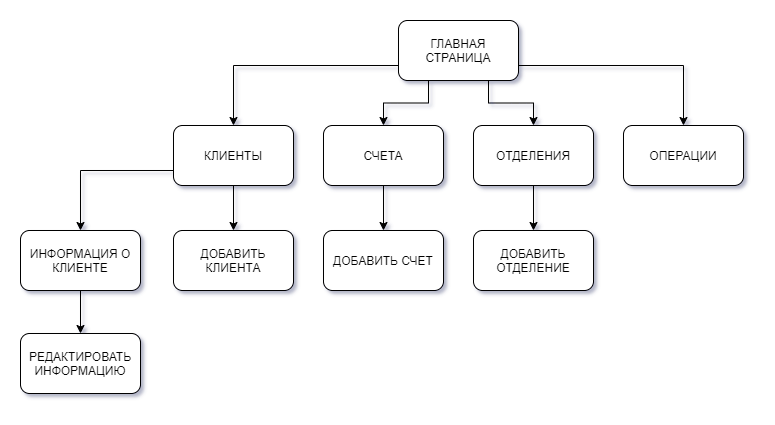
TotalChest/Web-Bank keeps this draw.io diagram as schemaPages.png. Above is the earlier version. Source tidied: cells renumbered, new cells last; positions are measured from the earlier drawing's top-left corner, leaving out a move shared by most shapes.
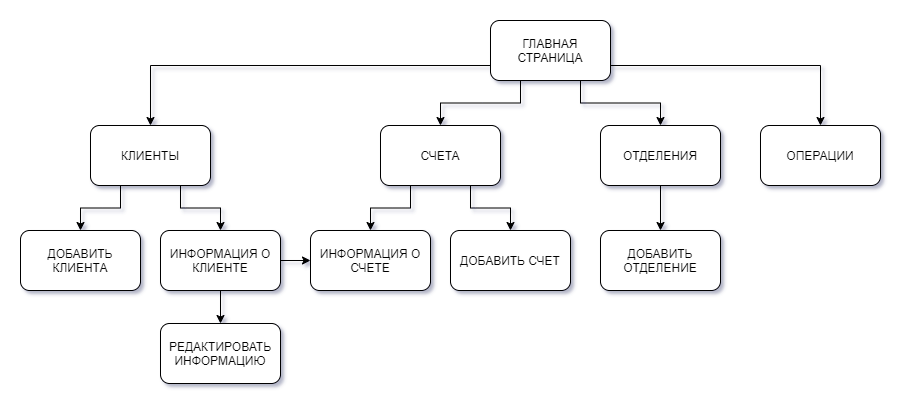
The same file after the commit.

What changed in the source:
```diff
@@ -15,49 +15,58 @@
       <mxGeometry relative="1" as="geometry" />
     </mxCell>
     <mxCell id="6" value="ГЛАВНАЯ СТРАНИЦА" style="rounded=1;whiteSpace=wrap;html=1;" parent="1" vertex="1">
-      <mxGeometry x="378" width="120" height="60" as="geometry" />
+      <mxGeometry x="410" width="120" height="60" as="geometry" />
     </mxCell>
-    <mxCell id="7" style="edgeStyle=orthogonalEdgeStyle;rounded=0;jettySize=auto;html=1;exitX=0.5;exitY=1;exitDx=0;exitDy=0;" parent="1" edge="1" source="9" target="15">
+    <mxCell id="7" style="edgeStyle=orthogonalEdgeStyle;rounded=0;jettySize=auto;html=1;exitX=0.25;exitY=1;exitDx=0;exitDy=0;" parent="1" edge="1" source="9" target="15">
       <mxGeometry relative="1" as="geometry" />
     </mxCell>
-    <mxCell id="8" style="edgeStyle=orthogonalEdgeStyle;rounded=0;jettySize=auto;html=1;exitX=0;exitY=0.75;exitDx=0;exitDy=0;entryX=0.5;entryY=0;entryDx=0;entryDy=0;" parent="1" edge="1" source="9" target="19">
+    <mxCell id="8" style="edgeStyle=orthogonalEdgeStyle;rounded=0;jettySize=auto;html=1;exitX=0.75;exitY=1;exitDx=0;exitDy=0;entryX=0.5;entryY=0;entryDx=0;entryDy=0;" parent="1" edge="1" source="9" target="19">
       <mxGeometry relative="1" as="geometry" />
     </mxCell>
     <mxCell id="9" value="КЛИЕНТЫ" style="rounded=1;whiteSpace=wrap;html=1;" parent="1" vertex="1">
-      <mxGeometry x="153" y="105" width="120" height="60" as="geometry" />
+      <mxGeometry x="10" y="105" width="120" height="60" as="geometry" />
     </mxCell>
+    <mxCell id="21" style="edgeStyle=orthogonalEdgeStyle;rounded=0;jettySize=auto;html=1;exitX=0.25;exitY=1;exitDx=0;exitDy=0;entryX=0.5;entryY=0;entryDx=0;entryDy=0;" parent="1" edge="1" source="11" target="23">
+      <mxGeometry relative="1" as="geometry" />
+    </mxCell>
-    <mxCell id="10" style="edgeStyle=orthogonalEdgeStyle;rounded=0;jettySize=auto;html=1;exitX=0.5;exitY=1;exitDx=0;exitDy=0;entryX=0.5;entryY=0;entryDx=0;entryDy=0;" parent="1" edge="1" source="11" target="16">
+    <mxCell id="10" style="edgeStyle=orthogonalEdgeStyle;rounded=0;jettySize=auto;html=1;exitX=0.75;exitY=1;exitDx=0;exitDy=0;" parent="1" edge="1" source="11" target="16">
       <mxGeometry relative="1" as="geometry" />
     </mxCell>
     <mxCell id="11" value="СЧЕТА" style="rounded=1;whiteSpace=wrap;html=1;" parent="1" vertex="1">
-      <mxGeometry x="303" y="105" width="120" height="60" as="geometry" />
+      <mxGeometry x="300" y="105" width="120" height="60" as="geometry" />
     </mxCell>
     <mxCell id="12" style="edgeStyle=orthogonalEdgeStyle;rounded=0;jettySize=auto;html=1;exitX=0.5;exitY=1;exitDx=0;exitDy=0;entryX=0.5;entryY=0;entryDx=0;entryDy=0;" parent="1" edge="1" source="13" target="17">
       <mxGeometry relative="1" as="geometry" />
     </mxCell>
     <mxCell id="13" value="ОТДЕЛЕНИЯ" style="rounded=1;whiteSpace=wrap;html=1;" parent="1" vertex="1">
-      <mxGeometry x="453" y="105" width="120" height="60" as="geometry" />
+      <mxGeometry x="520" y="105" width="120" height="60" as="geometry" />
     </mxCell>
     <mxCell id="14" value="ОПЕРАЦИИ" style="rounded=1;whiteSpace=wrap;html=1;" parent="1" vertex="1">
-      <mxGeometry x="603" y="105" width="120" height="60" as="geometry" />
+      <mxGeometry x="680" y="105" width="120" height="60" as="geometry" />
     </mxCell>
     <mxCell id="15" value="ДОБАВИТЬ КЛИЕНТА" style="rounded=1;whiteSpace=wrap;html=1;" parent="1" vertex="1">
-      <mxGeometry x="153" y="210" width="120" height="60" as="geometry" />
+      <mxGeometry x="-60" y="210" width="120" height="60" as="geometry" />
     </mxCell>
     <mxCell id="16" value="ДОБАВИТЬ СЧЕТ" style="rounded=1;whiteSpace=wrap;html=1;" parent="1" vertex="1">
-      <mxGeometry x="303" y="210" width="120" height="60" as="geometry" />
+      <mxGeometry x="370" y="210" width="120" height="60" as="geometry" />
     </mxCell>
     <mxCell id="17" value="ДОБАВИТЬ ОТДЕЛЕНИЕ" style="rounded=1;whiteSpace=wrap;html=1;" parent="1" vertex="1">
-      <mxGeometry x="453" y="210" width="120" height="60" as="geometry" />
+      <mxGeometry x="520" y="210" width="120" height="60" as="geometry" />
     </mxCell>
     <mxCell id="18" style="edgeStyle=orthogonalEdgeStyle;rounded=0;jettySize=auto;html=1;exitX=0.5;exitY=1;exitDx=0;exitDy=0;entryX=0.5;entryY=0;entryDx=0;entryDy=0;" parent="1" edge="1" source="19" target="20">
       <mxGeometry relative="1" as="geometry" />
     </mxCell>
+    <mxCell id="22" style="edgeStyle=orthogonalEdgeStyle;rounded=0;jettySize=auto;html=1;entryX=0;entryY=0.5;entryDx=0;entryDy=0;" parent="1" edge="1" source="19" target="23">
+      <mxGeometry relative="1" as="geometry" />
+    </mxCell>
     <mxCell id="19" value="ИНФОРМАЦИЯ О КЛИЕНТЕ" style="rounded=1;whiteSpace=wrap;html=1;" parent="1" vertex="1">
-      <mxGeometry y="210" width="120" height="60" as="geometry" />
+      <mxGeometry x="80" y="210" width="120" height="60" as="geometry" />
     </mxCell>
     <mxCell id="20" value="РЕДАКТИРОВАТЬ ИНФОРМАЦИЮ" style="rounded=1;whiteSpace=wrap;html=1;" parent="1" vertex="1">
-      <mxGeometry y="313" width="120" height="60" as="geometry" />
+      <mxGeometry x="80" y="303" width="120" height="60" as="geometry" />
     </mxCell>
+    <mxCell id="23" value="ИНФОРМАЦИЯ О СЧЕТЕ" style="rounded=1;whiteSpace=wrap;html=1;" parent="1" vertex="1">
+      <mxGeometry x="230" y="210" width="120" height="60" as="geometry" />
+    </mxCell>
   </root>
 </mxGraphModel>
```
